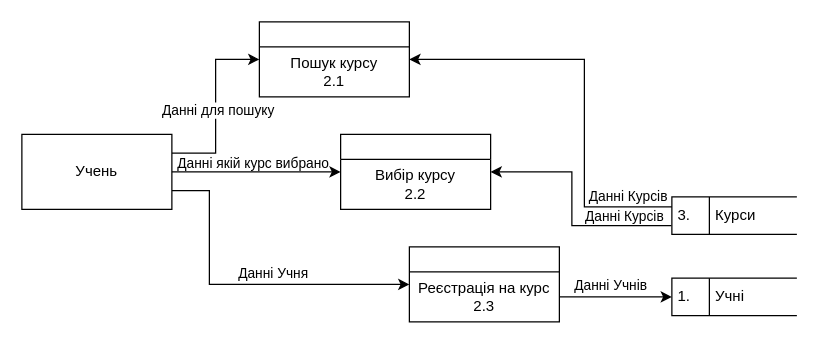
The draw.io diagram page "DFD 1 level Запис на курс" (4 of 4) of LR2.drawio in SlayVic/Charts, before the edit. Source tidied: cells renumbered, new cells numbered last; positions are measured from the earlier drawing's top-left corner, leaving out a move shared by most shapes. Both pictures are drawn from the tidied source at 125%, with x=0, y=0 at pixel (21, 21).
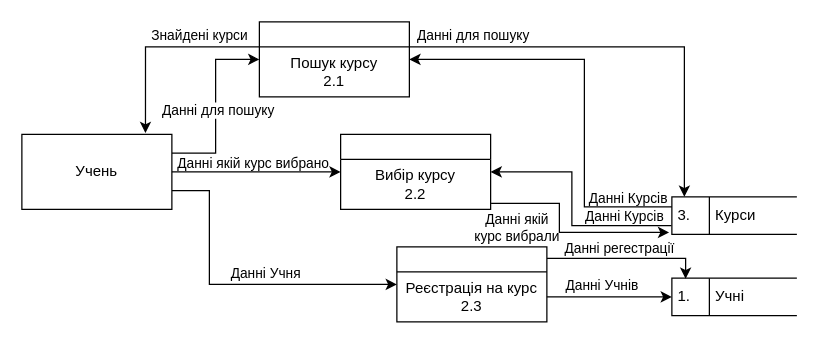
The same diagram, later.

The change refers to these unchanged cells:
```xml
<mxCell id="4" value="Пошук курсу&lt;br&gt;2.1" style="text;html=1;strokeColor=none;fillColor=none;align=center;verticalAlign=middle;whiteSpace=wrap;rounded=0;" parent="2" vertex="1">
  <mxGeometry y="20" width="120" height="40" as="geometry" />
</mxCell>
<mxCell id="6" style="swimlane;fontStyle=0;horizontal=1;startSize=20;fillColor=#ffffff;swimlaneFillColor=#ffffff;" parent="5" vertex="1">
  <mxGeometry width="120" height="60" as="geometry" />
</mxCell>
<mxCell id="10" value="Вибір курсу&lt;br&gt;2.2" style="text;html=1;strokeColor=none;fillColor=none;align=center;verticalAlign=middle;whiteSpace=wrap;rounded=0;" parent="8" vertex="1">
  <mxGeometry y="20" width="120" height="40" as="geometry" />
</mxCell>
<mxCell id="17" value="Учень" style="rounded=0;whiteSpace=wrap;html=1;" parent="1" vertex="1">
  <mxGeometry y="90" width="120" height="60" as="geometry" />
</mxCell>
<mxCell id="18" value="1.&amp;nbsp; &amp;nbsp; &amp;nbsp; Учні" style="html=1;dashed=0;whitespace=wrap;shape=mxgraph.dfd.dataStoreID;align=left;spacingLeft=3;points=[[0,0],[0.5,0],[1,0],[0,0.5],[1,0.5],[0,1],[0.5,1],[1,1]];" parent="1" vertex="1">
  <mxGeometry x="520" y="205" width="100" height="30" as="geometry" />
</mxCell>
<mxCell id="21" style="edgeStyle=orthogonalEdgeStyle;rounded=0;jettySize=auto;html=1;exitX=0.007;exitY=0.267;exitDx=0;exitDy=0;entryX=1;entryY=0.25;entryDx=0;entryDy=0;fontSize=11;startArrow=none;startFill=0;exitPerimeter=0;" parent="1" edge="1" source="23" target="4">
  <mxGeometry relative="1" as="geometry">
    <Array as="points">
      <mxPoint x="450" y="148" />
      <mxPoint x="450" y="30" />
    </Array>
  </mxGeometry>
</mxCell>
<mxCell id="23" value="3.&amp;nbsp; &amp;nbsp; &amp;nbsp; Курси" style="html=1;dashed=0;whitespace=wrap;shape=mxgraph.dfd.dataStoreID;align=left;spacingLeft=3;points=[[0,0],[0.5,0],[1,0],[0,0.5],[1,0.5],[0,1],[0.5,1],[1,1]];" parent="1" vertex="1">
  <mxGeometry x="520" y="140" width="100" height="30" as="geometry" />
</mxCell>
```

Diff of the diagram source:
```diff
@@
     <mxCell id="5" style="group;" parent="1" vertex="1">
-      <mxGeometry x="310" y="180" width="120" height="60" as="geometry" />
+      <mxGeometry x="300" y="180" width="120" height="60" as="geometry" />
     </mxCell>
@@
     <mxCell id="22" value="Данні Курсів" style="edgeLabel;html=1;align=center;verticalAlign=middle;fontSize=11;labelBackgroundColor=none;" parent="21" vertex="1">
       <mxGeometry x="-0.1" relative="1" as="geometry">
-        <mxPoint x="34" y="69" as="offset" />
+        <mxPoint x="34" y="70" as="offset" />
       </mxGeometry>
     </mxCell>
@@
+    <mxCell id="26" style="edgeStyle=orthogonalEdgeStyle;rounded=0;jettySize=auto;html=1;exitX=0;exitY=0;exitDx=0;exitDy=0;entryX=0.824;entryY=-0.017;entryDx=0;entryDy=0;entryPerimeter=0;" parent="1" edge="1" source="4" target="17">
+      <mxGeometry relative="1" as="geometry">
+        <Array as="points">
+          <mxPoint x="99" y="20" />
+        </Array>
+      </mxGeometry>
+    </mxCell>
+    <mxCell id="27" value="Знайдені курси" style="edgeLabel;html=1;align=center;verticalAlign=middle;" parent="26" vertex="1">
+      <mxGeometry x="-0.22" y="-1" relative="1" as="geometry">
+        <mxPoint x="13" y="-9" as="offset" />
+      </mxGeometry>
+    </mxCell>
+    <mxCell id="28" style="edgeStyle=orthogonalEdgeStyle;rounded=0;jettySize=auto;html=1;exitX=1;exitY=0;exitDx=0;exitDy=0;entryX=0.1;entryY=0;entryDx=0;entryDy=0;entryPerimeter=0;" parent="1" edge="1" source="4" target="23">
+      <mxGeometry relative="1" as="geometry">
+        <Array as="points">
+          <mxPoint x="530" y="20" />
+        </Array>
+      </mxGeometry>
+    </mxCell>
+    <mxCell id="29" value="Данні для пошуку" style="edgeLabel;html=1;align=center;verticalAlign=middle;" parent="28" vertex="1">
+      <mxGeometry x="-0.68" y="2" relative="1" as="geometry">
+        <mxPoint x="-4" y="-8" as="offset" />
+      </mxGeometry>
+    </mxCell>
+    <mxCell id="30" style="edgeStyle=orthogonalEdgeStyle;rounded=0;jettySize=auto;html=1;exitX=1.001;exitY=0.154;exitDx=0;exitDy=0;entryX=0.11;entryY=0.02;entryDx=0;entryDy=0;entryPerimeter=0;exitPerimeter=0;" parent="1" edge="1" source="6" target="18">
+      <mxGeometry relative="1" as="geometry">
+        <Array as="points">
+          <mxPoint x="531" y="189" />
+        </Array>
+      </mxGeometry>
+    </mxCell>
+    <mxCell id="31" value="Данні регестрації" style="edgeLabel;html=1;align=center;verticalAlign=middle;" parent="30" vertex="1">
+      <mxGeometry x="0.29" y="2" relative="1" as="geometry">
+        <mxPoint x="-25" y="-7" as="offset" />
+      </mxGeometry>
+    </mxCell>
+    <mxCell id="32" style="edgeStyle=orthogonalEdgeStyle;rounded=0;jettySize=auto;html=1;exitX=1.003;exitY=0.88;exitDx=0;exitDy=0;entryX=-0.022;entryY=0.947;entryDx=0;entryDy=0;entryPerimeter=0;exitPerimeter=0;" parent="1" edge="1" source="10" target="23">
+      <mxGeometry relative="1" as="geometry">
+        <Array as="points">
+          <mxPoint x="430" y="145" />
+          <mxPoint x="430" y="168" />
+        </Array>
+      </mxGeometry>
+    </mxCell>
+    <mxCell id="33" value="Данні якій &lt;br&gt;курс вибрали" style="edgeLabel;html=1;align=center;verticalAlign=middle;labelBackgroundColor=none;" parent="32" vertex="1">
+      <mxGeometry x="-0.23" y="1" relative="1" as="geometry">
+        <mxPoint x="-36" y="10" as="offset" />
+      </mxGeometry>
+    </mxCell>
```
